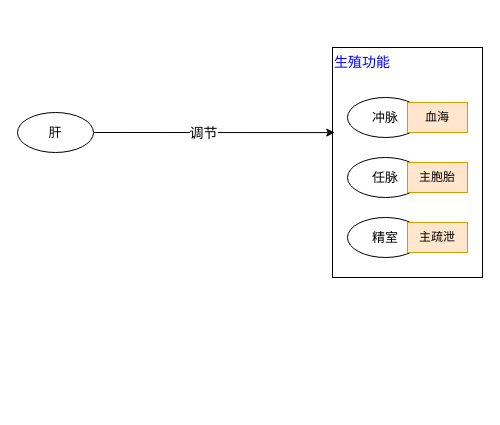
328507133/chart keeps this draw.io diagram as 医门推敲叁/中医藏象学说/藏象学说之肝/肝的生理功能/005肝的调节生殖功能.drawio. Above is the earlier version. Source tidied: cells renumbered, new cells numbered last; positions are measured from the earlier drawing's top-left corner, leaving out a move shared by most shapes. Both pictures are drawn from the tidied source at 100%, with x=0, y=0 at pixel (17, 47).
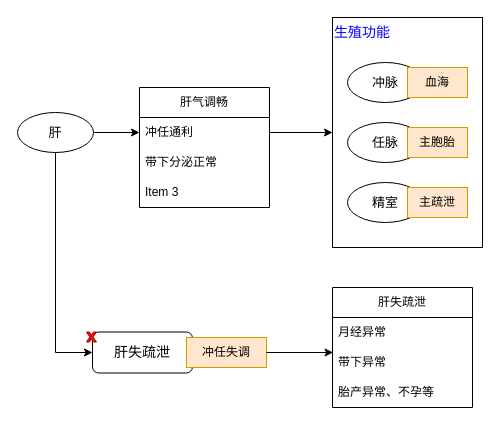
The same page after the edit.

Commit message (it also covers changes not shown here):
更新005肝的调节生殖功能.drawio

The change refers to these unchanged cells:
```xml
<mxCell id="18" value="肝" style="ellipse;whiteSpace=wrap;html=1;fontSize=13;" parent="1" vertex="1">
  <mxGeometry y="65" width="76" height="40" as="geometry" />
</mxCell>
```

The edit, as a diff of the source:
```diff
@@
     <mxCell id="2" style="rounded=0;whiteSpace=wrap;html=1;" parent="1" vertex="1">
-      <mxGeometry x="315" width="150" height="230" as="geometry" />
+      <mxGeometry x="315" y="-30" width="150" height="230" as="geometry" />
     </mxCell>
     <mxCell id="3" style="group;" parent="1" vertex="1">
-      <mxGeometry x="330" y="50" width="120" height="40" as="geometry" />
+      <mxGeometry x="330" y="15" width="120" height="40" as="geometry" />
     </mxCell>
@@
     <mxCell id="7" style="group;" parent="1" vertex="1">
-      <mxGeometry x="330" y="110" width="120" height="40" as="geometry" />
+      <mxGeometry x="330" y="75" width="120" height="40" as="geometry" />
     </mxCell>
@@
     <mxCell id="11" style="group;" parent="1" vertex="1">
-      <mxGeometry x="330" y="170" width="120" height="40" as="geometry" />
+      <mxGeometry x="330" y="135" width="120" height="40" as="geometry" />
     </mxCell>
@@
     <mxCell id="15" value="生殖功能" style="text;html=1;strokeColor=none;fillColor=none;align=center;verticalAlign=middle;whiteSpace=wrap;rounded=0;fontSize=14;fontColor=#0000FF;" parent="1" vertex="1">
-      <mxGeometry x="315" width="60" height="30" as="geometry" />
+      <mxGeometry x="315" y="-30" width="60" height="30" as="geometry" />
     </mxCell>
-    <mxCell id="16" style="endArrow=classic;html=1;rounded=0;exitX=1;exitY=0.5;exitDx=0;exitDy=0;entryX=0.015;entryY=0.37;entryDx=0;entryDy=0;entryPerimeter=0;" parent="1" edge="1" source="18" target="2">
+    <mxCell id="16" style="endArrow=classic;html=1;rounded=0;exitX=1;exitY=0.5;exitDx=0;exitDy=0;entryX=0;entryY=0.5;entryDx=0;entryDy=0;" parent="1" edge="1" source="18" target="21">
       <mxGeometry relative="1" as="geometry" />
     </mxCell>
-    <mxCell id="17" value="调节" style="edgeLabel;html=1;align=center;verticalAlign=middle;fontSize=14;" parent="16" vertex="1">
-      <mxGeometry x="-0.09" relative="1" as="geometry" />
-    </mxCell>
+    <mxCell id="19" style="edgeStyle=orthogonalEdgeStyle;rounded=0;jettySize=auto;html=1;exitX=0.5;exitY=1;exitDx=0;exitDy=0;entryX=0;entryY=0.5;entryDx=0;entryDy=0;" parent="1" edge="1" source="18" target="30">
+      <mxGeometry relative="1" as="geometry" />
+    </mxCell>
@@
+    <mxCell id="20" value="肝气调畅" style="swimlane;fontStyle=0;horizontal=1;startSize=30;whiteSpace=wrap;html=1;" parent="1" vertex="1">
+      <mxGeometry x="122" y="40" width="130" height="120" as="geometry" />
+    </mxCell>
+    <mxCell id="21" value="冲任通利" style="text;strokeColor=none;fillColor=none;align=left;verticalAlign=middle;spacingLeft=4;spacingRight=4;overflow=hidden;points=[[0,0.5],[1,0.5]];portConstraint=eastwest;whiteSpace=wrap;html=1;" parent="20" vertex="1">
+      <mxGeometry y="30" width="130" height="30" as="geometry" />
+    </mxCell>
+    <mxCell id="22" value="带下分泌正常" style="text;strokeColor=none;fillColor=none;align=left;verticalAlign=middle;spacingLeft=4;spacingRight=4;overflow=hidden;whiteSpace=wrap;html=1;" parent="20" vertex="1">
+      <mxGeometry y="60" width="130" height="30" as="geometry" />
+    </mxCell>
+    <mxCell id="23" value="Item 3" style="text;strokeColor=none;fillColor=none;align=left;verticalAlign=middle;spacingLeft=4;spacingRight=4;overflow=hidden;whiteSpace=wrap;html=1;" parent="20" vertex="1">
+      <mxGeometry y="90" width="130" height="30" as="geometry" />
+    </mxCell>
+    <mxCell id="24" style="edgeStyle=orthogonalEdgeStyle;rounded=0;jettySize=auto;html=1;exitX=1;exitY=0.5;exitDx=0;exitDy=0;" parent="1" edge="1" source="21" target="2">
+      <mxGeometry relative="1" as="geometry" />
+    </mxCell>
+    <mxCell id="25" value="肝失疏泄" style="swimlane;fontStyle=0;horizontal=1;startSize=30;whiteSpace=wrap;html=1;" parent="1" vertex="1">
+      <mxGeometry x="315" y="240" width="140" height="120" as="geometry" />
+    </mxCell>
+    <mxCell id="26" value="月经异常" style="text;strokeColor=none;fillColor=none;align=left;verticalAlign=middle;spacingLeft=4;spacingRight=4;overflow=hidden;whiteSpace=wrap;html=1;" parent="25" vertex="1">
+      <mxGeometry y="30" width="140" height="30" as="geometry" />
+    </mxCell>
+    <mxCell id="27" value="带下异常" style="text;strokeColor=none;fillColor=none;align=left;verticalAlign=middle;spacingLeft=4;spacingRight=4;overflow=hidden;points=[[0,0.5],[1,0.5]];portConstraint=eastwest;whiteSpace=wrap;html=1;" parent="25" vertex="1">
+      <mxGeometry y="60" width="140" height="30" as="geometry" />
+    </mxCell>
+    <mxCell id="28" value="胎产异常、不孕等" style="text;strokeColor=none;fillColor=none;align=left;verticalAlign=middle;spacingLeft=4;spacingRight=4;overflow=hidden;whiteSpace=wrap;html=1;" parent="25" vertex="1">
+      <mxGeometry y="90" width="140" height="30" as="geometry" />
+    </mxCell>
+    <mxCell id="29" style="group;" parent="1" vertex="1">
+      <mxGeometry x="69" y="284.5" width="180" height="41" as="geometry" />
+    </mxCell>
+    <mxCell id="30" value="肝失疏泄" style="rounded=1;whiteSpace=wrap;html=1;fontSize=14;" parent="29" vertex="1">
+      <mxGeometry x="6" width="100" height="41" as="geometry" />
+    </mxCell>
+    <mxCell id="31" style="verticalLabelPosition=bottom;verticalAlign=top;html=1;shape=mxgraph.basic.x;fillColor=#e51400;strokeColor=#B20000;fontColor=#ffffff;" parent="29" vertex="1">
+      <mxGeometry width="10" height="10" as="geometry" />
+    </mxCell>
+    <mxCell id="32" value="冲任失调" style="text;html=1;strokeColor=#d79b00;fillColor=#ffe6cc;align=center;verticalAlign=middle;whiteSpace=wrap;rounded=0;" parent="29" vertex="1">
+      <mxGeometry x="100" y="5.5" width="80" height="30" as="geometry" />
+    </mxCell>
+    <mxCell id="33" style="edgeStyle=orthogonalEdgeStyle;rounded=0;jettySize=auto;html=1;entryX=0.004;entryY=0.167;entryDx=0;entryDy=0;entryPerimeter=0;" parent="1" edge="1" source="32" target="27">
+      <mxGeometry relative="1" as="geometry" />
+    </mxCell>
```
